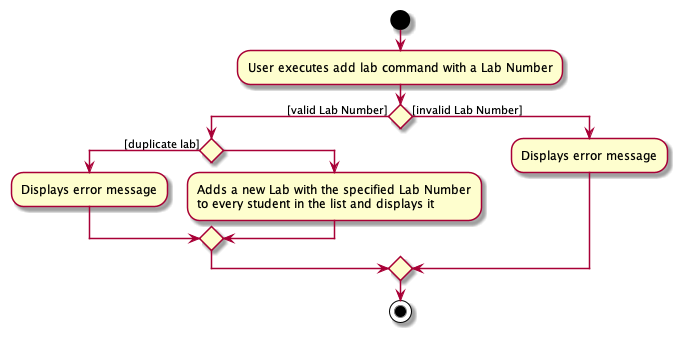
This is docs/images/AddLabCommandActivityDiagram.png from nus-cs2103-AY2122S2/tp, a PlantUML export, as it was before one commit. Source of this version:
```plantuml
@startuml

start
:User executes add lab command with a Lab Number;
if () then ([valid Lab Number])
  if () then ([duplicate lab])
    :Displays error message;
  else
    :Adds a new Lab with the specified Lab Number
    to every student in the list and displays it;
  endif
 else ([invalid Lab Number])
    :Displays error message;
 endif
stop

@enduml
```
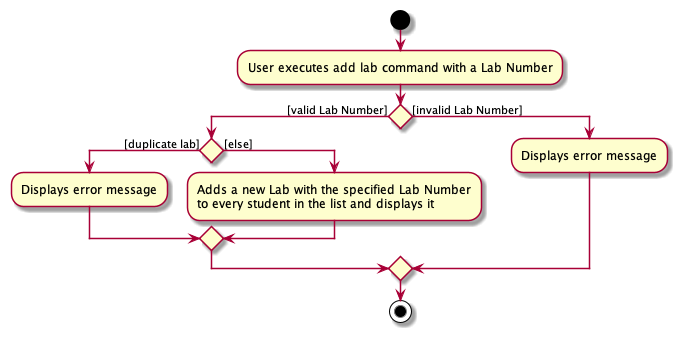
After the commit.

Diff of the diagram source:
```diff
@@ -5,7 +5,7 @@
 if () then ([valid Lab Number])
   if () then ([duplicate lab])
     :Displays error message;
-  else
+  else ([else])
     :Adds a new Lab with the specified Lab Number
     to every student in the list and displays it;
   endif
```
